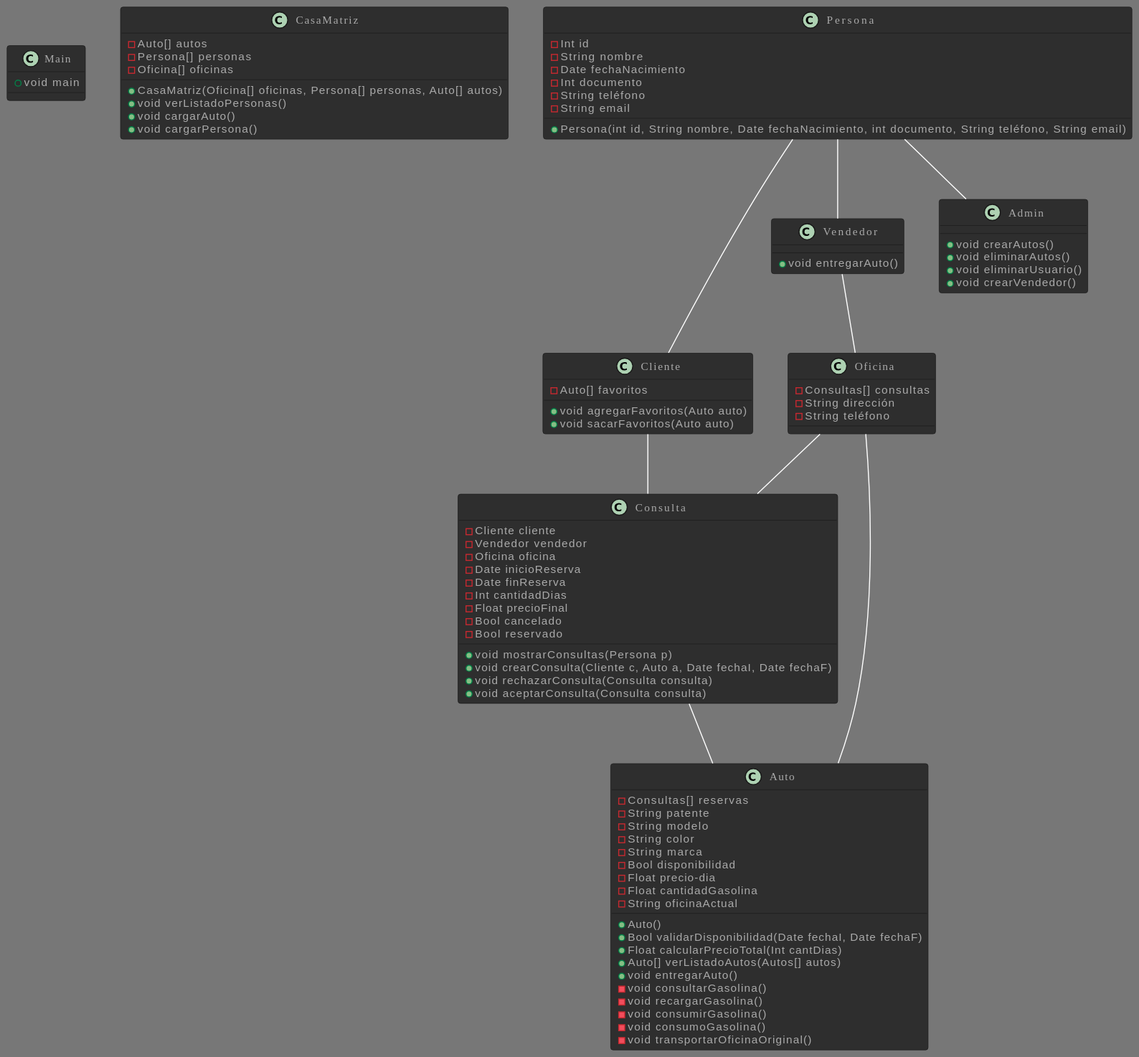
This is docs/diagram.svg from FrancoSpinelli/primer-parcial-grupo-10-programacion-ii-2024, a PlantUML export, as it was before one commit.
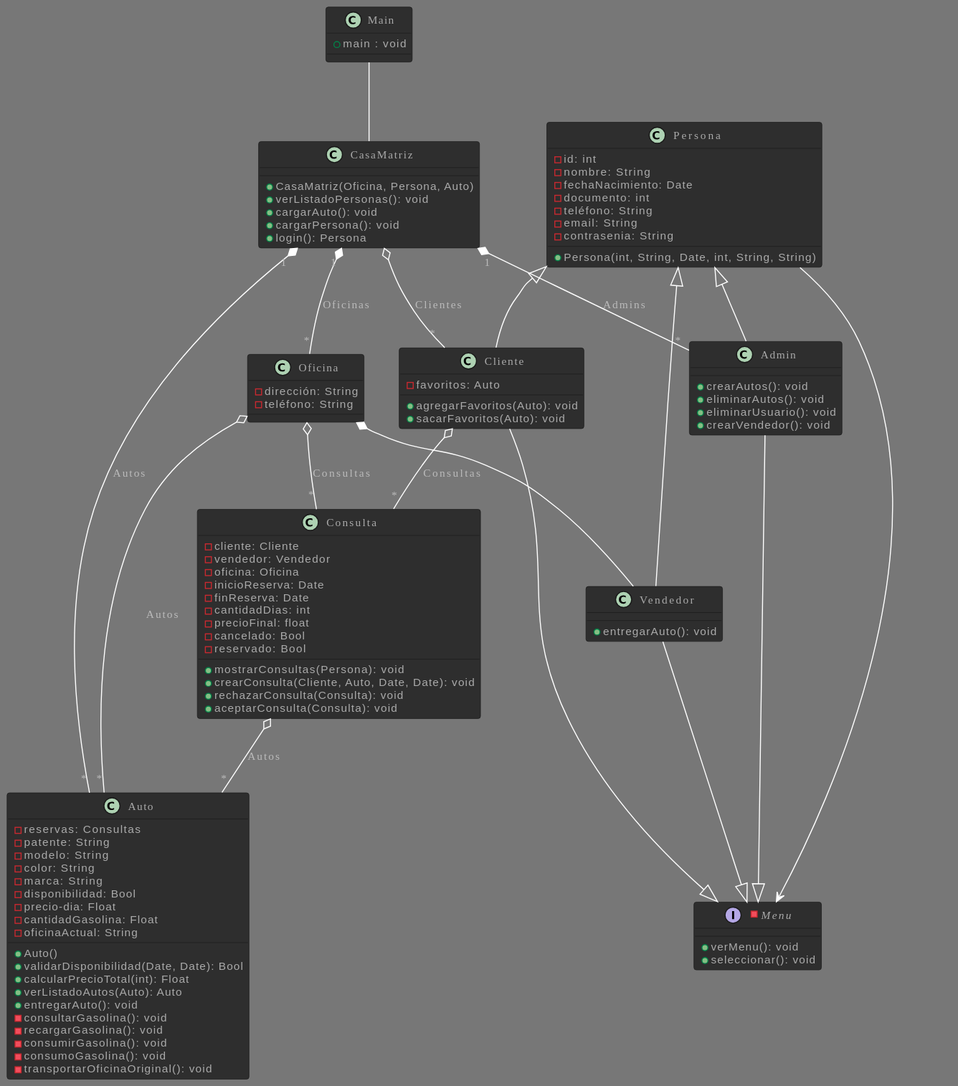
After the change.

Commit message:
Se actualiza el UML y se agregan las primeras clases

Change to the diagram source:
```diff
@@ -2,104 +2,124 @@
 !theme reddress-darkorange
 
 class Main{
-  +void main
+  +main : void
 }
 
 class CasaMatriz {
-  -Auto[] autos
-  -Persona[] personas
-  -Oficina[] oficinas
 
-  +CasaMatriz(Oficina[] oficinas, Persona[] personas, Auto[] autos)
-  +void verListadoPersonas()
-  +void cargarAuto()
-  +void cargarPersona()
+  +CasaMatriz(Oficina, Persona, Auto)
+
+  +verListadoPersonas(): void
+  +cargarAuto(): void
+  +cargarPersona(): void
+  +login(): Persona
 }
 
 
 class Persona{
-  -Int id
-  -String nombre
-  -Date fechaNacimiento
-  -Int documento
-  -String teléfono
-  -String email
+  -id: int
+  -nombre: String
+  -fechaNacimiento: Date
+  -documento: int
+  -teléfono: String
+  -email: String
+  -contrasenia: String
 
-  +Persona(int id, String nombre, Date fechaNacimiento, int documento, String teléfono, String email)
+  +Persona(int, String, Date, int, String, String)
 }
 
 class Cliente{
-  -Auto[] favoritos
+  -favoritos: Auto
 
-  +void agregarFavoritos(Auto auto)
-  +void sacarFavoritos(Auto auto)
+  +agregarFavoritos(Auto): void
+  +sacarFavoritos(Auto): void
 }
 
 
 class Vendedor{
-  +void entregarAuto()
+  +entregarAuto(): void
 }
 
 class Admin{
-  +void crearAutos()
-  +void eliminarAutos()
-  +void eliminarUsuario()
-  +void crearVendedor()
+  +crearAutos(): void
+  +eliminarAutos(): void
+  +eliminarUsuario(): void
+  +crearVendedor(): void
 }
 
 class Auto{
-  -Consultas[] reservas
-  -String patente
-  -String modelo
-  -String color
-  -String marca
-  -Bool disponibilidad
-  -Float precio-dia
-  -Float cantidadGasolina
-  -String oficinaActual
+  -reservas: Consultas
+  -patente: String
+  -modelo: String
+  -color: String
+  -marca: String
+  -disponibilidad: Bool
+  -precio-dia: Float
+  -cantidadGasolina: Float
+  -oficinaActual: String
 
   +Auto()
-  +Bool validarDisponibilidad(Date fechaI, Date fechaF)
-  +Float calcularPrecioTotal(Int cantDias)
-  +Auto[] verListadoAutos(Autos[] autos)
-  +void entregarAuto()
-  -void consultarGasolina()
-  -void recargarGasolina()
-  -void consumirGasolina()
-  -void consumoGasolina()
-  -void transportarOficinaOriginal()
+  +validarDisponibilidad(Date, Date): Bool
+  +calcularPrecioTotal(int): Float
+  +verListadoAutos(Auto): Auto
+  +entregarAuto(): void
+  -consultarGasolina(): void
+  -recargarGasolina(): void
+  -consumirGasolina(): void
+  -consumoGasolina(): void
+  -transportarOficinaOriginal(): void
 }
 
 class Consulta {
-  -Cliente cliente
-  -Vendedor vendedor
-  -Oficina oficina
-  -Date inicioReserva
-  -Date finReserva
-  -Int cantidadDias
-  -Float precioFinal
-  -Bool cancelado
-  -Bool reservado
+  -cliente: Cliente
+  -vendedor: Vendedor
+  -oficina: Oficina
+  -inicioReserva: Date
+  -finReserva: Date
+  -cantidadDias: int
+  -precioFinal: float
+  -cancelado: Bool
+  -reservado: Bool
 
-  +void mostrarConsultas(Persona p)
-  +void crearConsulta(Cliente c, Auto a, Date fechaI, Date fechaF)
-  +void rechazarConsulta(Consulta consulta)
-  +void aceptarConsulta(Consulta consulta)
+  +mostrarConsultas(Persona): void
+  +crearConsulta(Cliente, Auto, Date, Date): void
+  +rechazarConsulta(Consulta): void
+  +aceptarConsulta(Consulta): void
+
 }
 
 class Oficina {
-  -Consultas[] consultas
-  -String dirección
-  -String teléfono
+  -dirección: String
+  -teléfono: String
+}
+
+-interface Menu {
+  +verMenu(): void
+  +seleccionar(): void
 }
 
 
-Persona -- Vendedor
-Persona -- Cliente
-Persona -- Admin
-Cliente -- Consulta
-Oficina -- Consulta
-Oficina -- Auto
-Vendedor -- Oficina
-Consulta -- Auto
+Main -- CasaMatriz
+
+CasaMatriz "1"*--"*"Admin: Admins
+CasaMatriz "1"*--"*" Auto: Autos
+CasaMatriz "1"*--"*" Oficina: Oficinas
+CasaMatriz  o--"*" Cliente: Clientes
+
+Persona <|-- Admin
+Persona <|-- Vendedor
+Persona <|-- Cliente
+
+Persona --> Menu
+Admin --|> Menu
+Vendedor --|> Menu
+Cliente --|> Menu
+
+Oficina o--"*" Consulta: Consultas
+Oficina *-- Vendedor
+Oficina o--"*" Auto: Autos
+
+Cliente o--"*" Consulta: Consultas
+
+Consulta o--"*" Auto: Autos
 @enduml
```
